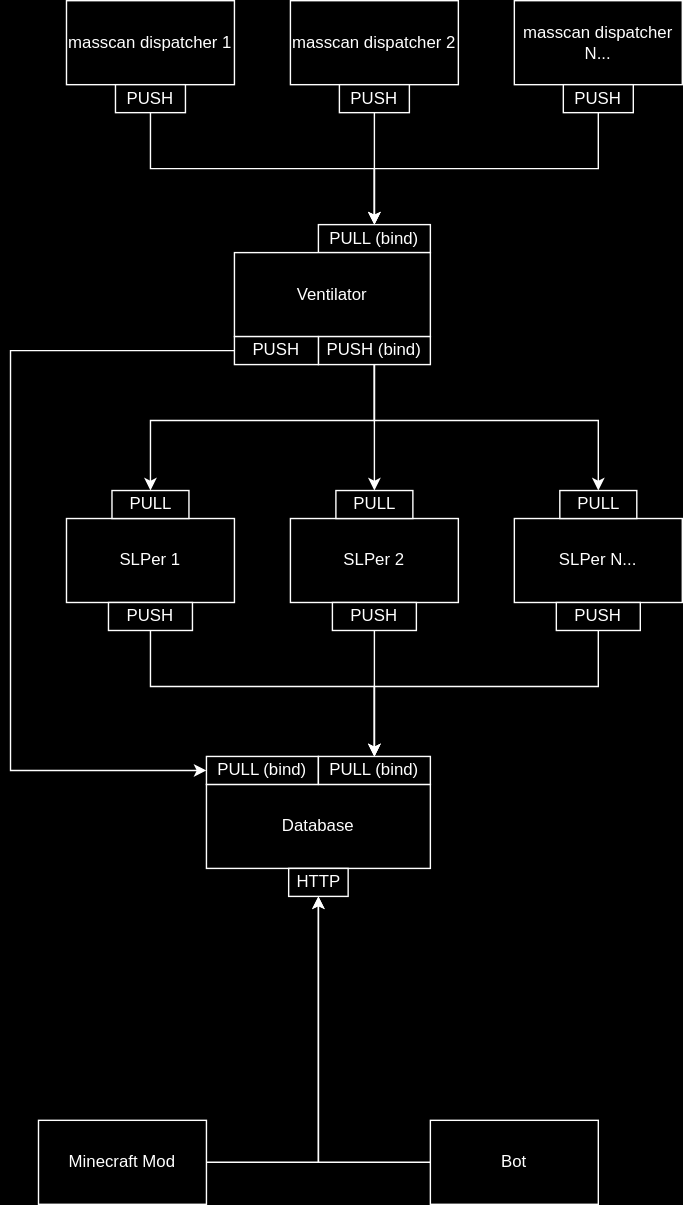
Before: arch.svg, a diagram exported from draw.io (Meesterbouwer123/OpenSeeker). Source tidied: cells renumbered, new cells last; positions are measured from the earlier drawing's top-left corner, leaving out a move shared by most shapes.
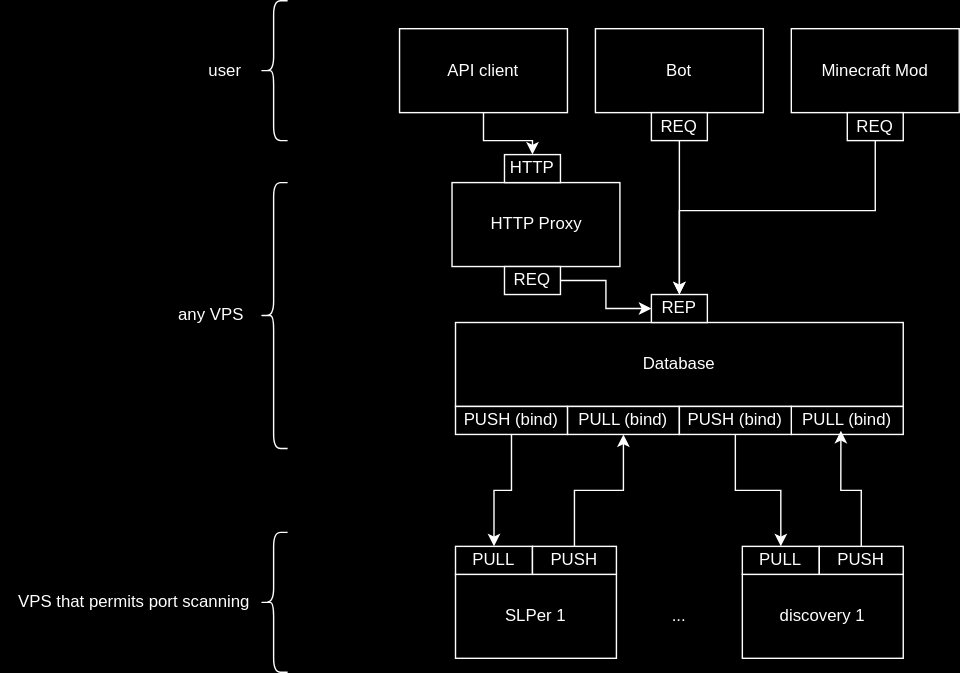
The same diagram one commit later.

Commit message:
finalized arch

What changed in the source:
```diff
@@ -2,151 +2,115 @@
   <root>
     <mxCell id="0" />
     <mxCell id="1" parent="0" />
-    <mxCell id="2" value="&lt;div&gt;masscan dispatcher 1&lt;/div&gt;" style="rounded=0;whiteSpace=wrap;html=1;" parent="1" vertex="1">
-      <mxGeometry x="40" width="120" height="60" as="geometry" />
-    </mxCell>
-    <mxCell id="3" value="&lt;div&gt;masscan dispatcher 2&lt;/div&gt;" style="rounded=0;whiteSpace=wrap;html=1;" parent="1" vertex="1">
-      <mxGeometry x="200" width="120" height="60" as="geometry" />
-    </mxCell>
-    <mxCell id="4" value="&lt;div&gt;masscan dispatcher N...&lt;/div&gt;" style="rounded=0;whiteSpace=wrap;html=1;" parent="1" vertex="1">
-      <mxGeometry x="360" width="120" height="60" as="geometry" />
-    </mxCell>
-    <mxCell id="5" value="PULL (bind)" style="rounded=0;whiteSpace=wrap;html=1;" parent="1" vertex="1">
-      <mxGeometry x="220" y="160" width="80" height="20" as="geometry" />
-    </mxCell>
-    <mxCell id="6" style="edgeStyle=orthogonalEdgeStyle;rounded=0;jettySize=auto;html=1;entryX=0.5;entryY=0;entryDx=0;entryDy=0;" parent="1" edge="1" source="7" target="5">
-      <mxGeometry relative="1" as="geometry">
-        <Array as="points">
-          <mxPoint x="100" y="120" />
-          <mxPoint x="260" y="120" />
-        </Array>
-      </mxGeometry>
-    </mxCell>
-    <mxCell id="7" value="&lt;div&gt;PUSH&lt;/div&gt;" style="rounded=0;whiteSpace=wrap;html=1;" parent="1" vertex="1">
-      <mxGeometry x="75" y="60" width="50" height="20" as="geometry" />
-    </mxCell>
-    <mxCell id="8" style="edgeStyle=orthogonalEdgeStyle;rounded=0;jettySize=auto;html=1;" parent="1" edge="1" source="9" target="5">
-      <mxGeometry relative="1" as="geometry" />
-    </mxCell>
-    <mxCell id="9" value="&lt;div&gt;PUSH&lt;/div&gt;" style="rounded=0;whiteSpace=wrap;html=1;" parent="1" vertex="1">
-      <mxGeometry x="235" y="60" width="50" height="20" as="geometry" />
-    </mxCell>
-    <mxCell id="10" style="edgeStyle=orthogonalEdgeStyle;rounded=0;jettySize=auto;html=1;entryX=0.5;entryY=0;entryDx=0;entryDy=0;" parent="1" edge="1" source="11" target="5">
-      <mxGeometry relative="1" as="geometry">
-        <Array as="points">
-          <mxPoint x="420" y="120" />
-          <mxPoint x="260" y="120" />
-        </Array>
-      </mxGeometry>
-    </mxCell>
-    <mxCell id="11" value="&lt;div&gt;PUSH&lt;/div&gt;" style="rounded=0;whiteSpace=wrap;html=1;" parent="1" vertex="1">
-      <mxGeometry x="395" y="60" width="50" height="20" as="geometry" />
-    </mxCell>
-    <mxCell id="12" value="&lt;div&gt;Ventilator&lt;/div&gt;" style="rounded=0;whiteSpace=wrap;html=1;" parent="1" vertex="1">
-      <mxGeometry x="160" y="180" width="140" height="60" as="geometry" />
-    </mxCell>
-    <mxCell id="13" style="edgeStyle=orthogonalEdgeStyle;rounded=0;jettySize=auto;html=1;" parent="1" edge="1" source="16" target="21">
-      <mxGeometry relative="1" as="geometry" />
-    </mxCell>
-    <mxCell id="14" style="edgeStyle=orthogonalEdgeStyle;rounded=0;jettySize=auto;html=1;" parent="1" edge="1" source="16" target="20">
-      <mxGeometry relative="1" as="geometry">
-        <Array as="points">
-          <mxPoint x="260" y="300" />
-          <mxPoint x="100" y="300" />
-        </Array>
-      </mxGeometry>
-    </mxCell>
-    <mxCell id="15" style="edgeStyle=orthogonalEdgeStyle;rounded=0;jettySize=auto;html=1;entryX=0.5;entryY=0;entryDx=0;entryDy=0;" parent="1" edge="1" source="16" target="22">
-      <mxGeometry relative="1" as="geometry">
-        <Array as="points">
-          <mxPoint x="260" y="300" />
-          <mxPoint x="420" y="300" />
-        </Array>
-      </mxGeometry>
-    </mxCell>
-    <mxCell id="16" value="&lt;div&gt;PUSH (bind)&lt;/div&gt;" style="rounded=0;whiteSpace=wrap;html=1;" parent="1" vertex="1">
-      <mxGeometry x="220" y="240" width="80" height="20" as="geometry" />
-    </mxCell>
     <mxCell id="17" value="&lt;div&gt;SLPer 1&lt;/div&gt;" style="rounded=0;whiteSpace=wrap;html=1;" parent="1" vertex="1">
-      <mxGeometry x="40" y="370" width="120" height="60" as="geometry" />
+      <mxGeometry x="180" y="370" width="115" height="60" as="geometry" />
     </mxCell>
-    <mxCell id="18" value="&lt;div&gt;SLPer 2&lt;/div&gt;" style="rounded=0;whiteSpace=wrap;html=1;" parent="1" vertex="1">
-      <mxGeometry x="200" y="370" width="120" height="60" as="geometry" />
-    </mxCell>
-    <mxCell id="19" value="&lt;div&gt;SLPer N...&lt;br&gt;&lt;/div&gt;" style="rounded=0;whiteSpace=wrap;html=1;" parent="1" vertex="1">
-      <mxGeometry x="360" y="370" width="120" height="60" as="geometry" />
-    </mxCell>
     <mxCell id="20" value="&lt;div&gt;PULL&lt;/div&gt;" style="rounded=0;whiteSpace=wrap;html=1;" parent="1" vertex="1">
-      <mxGeometry x="72.5" y="350" width="55" height="20" as="geometry" />
+      <mxGeometry x="180" y="350" width="55" height="20" as="geometry" />
     </mxCell>
-    <mxCell id="21" value="&lt;div&gt;PULL&lt;/div&gt;" style="rounded=0;whiteSpace=wrap;html=1;" parent="1" vertex="1">
-      <mxGeometry x="232.5" y="350" width="55" height="20" as="geometry" />
-    </mxCell>
-    <mxCell id="22" value="&lt;div&gt;PULL&lt;/div&gt;" style="rounded=0;whiteSpace=wrap;html=1;" parent="1" vertex="1">
-      <mxGeometry x="392.5" y="350" width="55" height="20" as="geometry" />
-    </mxCell>
     <mxCell id="23" value="&lt;div&gt;Database&lt;/div&gt;" style="rounded=0;whiteSpace=wrap;html=1;" parent="1" vertex="1">
-      <mxGeometry x="140" y="560" width="160" height="60" as="geometry" />
+      <mxGeometry x="180" y="190" width="320" height="60" as="geometry" />
     </mxCell>
-    <mxCell id="24" value="PULL (bind)" style="rounded=0;whiteSpace=wrap;html=1;" parent="1" vertex="1">
-      <mxGeometry x="140" y="540" width="80" height="20" as="geometry" />
-    </mxCell>
     <mxCell id="25" value="PULL (bind)" style="rounded=0;whiteSpace=wrap;html=1;" parent="1" vertex="1">
-      <mxGeometry x="220" y="540" width="80" height="20" as="geometry" />
+      <mxGeometry x="260" y="250" width="80" height="20" as="geometry" />
     </mxCell>
-    <mxCell id="26" style="edgeStyle=orthogonalEdgeStyle;rounded=0;jettySize=auto;html=1;entryX=0;entryY=0.5;entryDx=0;entryDy=0;" parent="1" edge="1" source="27" target="24">
-      <mxGeometry relative="1" as="geometry">
-        <Array as="points">
-          <mxPoint y="250" />
-          <mxPoint y="550" />
-        </Array>
-      </mxGeometry>
-    </mxCell>
-    <mxCell id="27" value="PUSH" style="rounded=0;whiteSpace=wrap;html=1;" parent="1" vertex="1">
-      <mxGeometry x="160" y="240" width="60" height="20" as="geometry" />
-    </mxCell>
-    <mxCell id="28" style="edgeStyle=orthogonalEdgeStyle;rounded=0;jettySize=auto;html=1;entryX=0.5;entryY=0;entryDx=0;entryDy=0;" parent="1" edge="1" source="29" target="25">
-      <mxGeometry relative="1" as="geometry">
-        <Array as="points">
-          <mxPoint x="100" y="490" />
-          <mxPoint x="260" y="490" />
-        </Array>
-      </mxGeometry>
+    <mxCell id="28" style="edgeStyle=orthogonalEdgeStyle;rounded=0;jettySize=auto;html=1;entryX=0.5;entryY=1;entryDx=0;entryDy=0;" parent="1" edge="1" source="29" target="25">
+      <mxGeometry relative="1" as="geometry" />
     </mxCell>
     <mxCell id="29" value="PUSH" style="rounded=0;whiteSpace=wrap;html=1;" parent="1" vertex="1">
-      <mxGeometry x="70" y="430" width="60" height="20" as="geometry" />
+      <mxGeometry x="235" y="350" width="60" height="20" as="geometry" />
     </mxCell>
-    <mxCell id="30" style="edgeStyle=orthogonalEdgeStyle;rounded=0;jettySize=auto;html=1;" parent="1" edge="1" source="31" target="25">
-      <mxGeometry relative="1" as="geometry" />
-    </mxCell>
-    <mxCell id="31" value="PUSH" style="rounded=0;whiteSpace=wrap;html=1;" parent="1" vertex="1">
-      <mxGeometry x="230" y="430" width="60" height="20" as="geometry" />
-    </mxCell>
-    <mxCell id="32" style="edgeStyle=orthogonalEdgeStyle;rounded=0;jettySize=auto;html=1;entryX=0.5;entryY=0;entryDx=0;entryDy=0;" parent="1" edge="1" source="33" target="25">
-      <mxGeometry relative="1" as="geometry">
-        <Array as="points">
-          <mxPoint x="420" y="490" />
-          <mxPoint x="260" y="490" />
-        </Array>
-      </mxGeometry>
-    </mxCell>
-    <mxCell id="33" value="PUSH" style="rounded=0;whiteSpace=wrap;html=1;" parent="1" vertex="1">
-      <mxGeometry x="390" y="430" width="60" height="20" as="geometry" />
-    </mxCell>
-    <mxCell id="34" style="edgeStyle=orthogonalEdgeStyle;rounded=0;jettySize=auto;html=1;entryX=0.5;entryY=1;entryDx=0;entryDy=0;" parent="1" edge="1" source="35" target="36">
-      <mxGeometry relative="1" as="geometry" />
-    </mxCell>
+    <mxCell id="39" style="edgeStyle=orthogonalEdgeStyle;rounded=0;jettySize=auto;html=1;exitX=0.5;exitY=1;exitDx=0;exitDy=0;" parent="1" edge="1" source="40" target="20">
+      <mxGeometry relative="1" as="geometry" />
+    </mxCell>
+    <mxCell id="40" value="&lt;div&gt;PUSH (bind)&lt;/div&gt;" style="rounded=0;whiteSpace=wrap;html=1;" parent="1" vertex="1">
+      <mxGeometry x="180" y="250" width="80" height="20" as="geometry" />
+    </mxCell>
+    <mxCell id="41" value="&lt;div&gt;HTTP Proxy&lt;br&gt;&lt;/div&gt;" style="rounded=0;whiteSpace=wrap;html=1;" parent="1" vertex="1">
+      <mxGeometry x="177.5" y="90" width="120" height="60" as="geometry" />
+    </mxCell>
+    <mxCell id="42" value="PULL (bind)" style="rounded=0;whiteSpace=wrap;html=1;" parent="1" vertex="1">
+      <mxGeometry x="420" y="250" width="80" height="20" as="geometry" />
+    </mxCell>
+    <mxCell id="43" style="edgeStyle=orthogonalEdgeStyle;rounded=0;jettySize=auto;html=1;" parent="1" edge="1" source="44" target="46">
+      <mxGeometry relative="1" as="geometry" />
+    </mxCell>
+    <mxCell id="44" value="&lt;div&gt;PUSH (bind)&lt;/div&gt;" style="rounded=0;whiteSpace=wrap;html=1;" parent="1" vertex="1">
+      <mxGeometry x="340" y="250" width="80" height="20" as="geometry" />
+    </mxCell>
+    <mxCell id="45" value="&lt;div&gt;discovery 1&lt;/div&gt;" style="rounded=0;whiteSpace=wrap;html=1;" parent="1" vertex="1">
+      <mxGeometry x="385" y="370" width="115" height="60" as="geometry" />
+    </mxCell>
+    <mxCell id="46" value="&lt;div&gt;PULL&lt;/div&gt;" style="rounded=0;whiteSpace=wrap;html=1;" parent="1" vertex="1">
+      <mxGeometry x="385" y="350" width="55" height="20" as="geometry" />
+    </mxCell>
+    <mxCell id="47" value="PUSH" style="rounded=0;whiteSpace=wrap;html=1;" parent="1" vertex="1">
+      <mxGeometry x="440" y="350" width="60" height="20" as="geometry" />
+    </mxCell>
+    <mxCell id="48" style="edgeStyle=orthogonalEdgeStyle;rounded=0;jettySize=auto;html=1;entryX=0.443;entryY=0.869;entryDx=0;entryDy=0;entryPerimeter=0;" parent="1" edge="1" source="47" target="42">
+      <mxGeometry relative="1" as="geometry" />
+    </mxCell>
+    <mxCell id="49" value="REP" style="rounded=0;whiteSpace=wrap;html=1;" parent="1" vertex="1">
+      <mxGeometry x="320" y="170" width="40" height="20" as="geometry" />
+    </mxCell>
+    <mxCell id="50" style="shape=curlyBracket;whiteSpace=wrap;html=1;rounded=1;labelPosition=left;verticalLabelPosition=middle;align=right;verticalAlign=middle;size=0.5;" parent="1" vertex="1">
+      <mxGeometry x="40" y="340" width="20" height="100" as="geometry" />
+    </mxCell>
+    <mxCell id="51" value="VPS that permits port scanning" style="text;html=1;align=center;verticalAlign=middle;strokeColor=none;fillColor=none;" parent="1" vertex="1">
+      <mxGeometry x="-145" y="375" width="190" height="30" as="geometry" />
+    </mxCell>
+    <mxCell id="52" style="edgeStyle=orthogonalEdgeStyle;rounded=0;jettySize=auto;html=1;entryX=0;entryY=0.5;entryDx=0;entryDy=0;" parent="1" edge="1" source="53" target="49">
+      <mxGeometry relative="1" as="geometry" />
+    </mxCell>
+    <mxCell id="53" value="REQ" style="rounded=0;whiteSpace=wrap;html=1;" parent="1" vertex="1">
+      <mxGeometry x="215" y="150" width="40" height="20" as="geometry" />
+    </mxCell>
     <mxCell id="35" value="&lt;div&gt;Bot&lt;/div&gt;" style="rounded=0;whiteSpace=wrap;html=1;" parent="1" vertex="1">
-      <mxGeometry x="300" y="800" width="120" height="60" as="geometry" />
+      <mxGeometry x="280" y="-20" width="120" height="60" as="geometry" />
     </mxCell>
+    <mxCell id="54" style="edgeStyle=orthogonalEdgeStyle;rounded=0;jettySize=auto;html=1;entryX=0.5;entryY=0;entryDx=0;entryDy=0;" parent="1" edge="1" source="55" target="49">
+      <mxGeometry relative="1" as="geometry" />
+    </mxCell>
+    <mxCell id="55" value="REQ" style="rounded=0;whiteSpace=wrap;html=1;" parent="1" vertex="1">
+      <mxGeometry x="320" y="40" width="40" height="20" as="geometry" />
+    </mxCell>
+    <mxCell id="56" style="shape=curlyBracket;whiteSpace=wrap;html=1;rounded=1;labelPosition=left;verticalLabelPosition=middle;align=right;verticalAlign=middle;size=0.5;" parent="1" vertex="1">
+      <mxGeometry x="40" y="90" width="20" height="190" as="geometry" />
+    </mxCell>
+    <mxCell id="57" value="any VPS" style="text;html=1;align=center;verticalAlign=middle;strokeColor=none;fillColor=none;" parent="1" vertex="1">
+      <mxGeometry x="-30" y="170" width="70" height="30" as="geometry" />
+    </mxCell>
+    <mxCell id="58" style="shape=curlyBracket;whiteSpace=wrap;html=1;rounded=1;labelPosition=left;verticalLabelPosition=middle;align=right;verticalAlign=middle;size=0.5;" parent="1" vertex="1">
+      <mxGeometry x="40" y="-40" width="20" height="100" as="geometry" />
+    </mxCell>
+    <mxCell id="59" value="&lt;div&gt;user&lt;/div&gt;" style="text;html=1;align=center;verticalAlign=middle;strokeColor=none;fillColor=none;" parent="1" vertex="1">
+      <mxGeometry x="-10" y="-5" width="50" height="30" as="geometry" />
+    </mxCell>
+    <mxCell id="38" value="Minecraft Mod" style="rounded=0;whiteSpace=wrap;html=1;" parent="1" vertex="1">
+      <mxGeometry x="420" y="-20" width="120" height="60" as="geometry" />
+    </mxCell>
+    <mxCell id="60" style="edgeStyle=orthogonalEdgeStyle;rounded=0;jettySize=auto;html=1;entryX=0.5;entryY=0;entryDx=0;entryDy=0;" parent="1" edge="1" source="61" target="49">
+      <mxGeometry relative="1" as="geometry">
+        <Array as="points">
+          <mxPoint x="480" y="110" />
+          <mxPoint x="340" y="110" />
+        </Array>
+      </mxGeometry>
+    </mxCell>
+    <mxCell id="61" value="REQ" style="rounded=0;whiteSpace=wrap;html=1;" parent="1" vertex="1">
+      <mxGeometry x="460" y="40" width="40" height="20" as="geometry" />
+    </mxCell>
+    <mxCell id="62" style="edgeStyle=orthogonalEdgeStyle;rounded=0;jettySize=auto;html=1;entryX=0.5;entryY=0;entryDx=0;entryDy=0;" parent="1" edge="1" source="63" target="36">
+      <mxGeometry relative="1" as="geometry" />
+    </mxCell>
+    <mxCell id="63" value="API client" style="rounded=0;whiteSpace=wrap;html=1;" parent="1" vertex="1">
+      <mxGeometry x="140" y="-20" width="120" height="60" as="geometry" />
+    </mxCell>
-    <mxCell id="36" value="&lt;div&gt;HTTP&lt;/div&gt;" style="rounded=0;whiteSpace=wrap;html=1;" parent="1" vertex="1">
-      <mxGeometry x="198.8" y="620" width="42.5" height="20" as="geometry" />
+    <mxCell id="36" value="HTTP" style="rounded=0;whiteSpace=wrap;html=1;" parent="1" vertex="1">
+      <mxGeometry x="215" y="70" width="40" height="20" as="geometry" />
     </mxCell>
-    <mxCell id="37" style="edgeStyle=orthogonalEdgeStyle;rounded=0;jettySize=auto;html=1;entryX=0.5;entryY=1;entryDx=0;entryDy=0;" parent="1" edge="1" source="38" target="36">
-      <mxGeometry relative="1" as="geometry" />
-    </mxCell>
-    <mxCell id="38" value="Minecraft Mod" style="rounded=0;whiteSpace=wrap;html=1;" parent="1" vertex="1">
-      <mxGeometry x="20" y="800" width="120" height="60" as="geometry" />
-    </mxCell>
+    <mxCell id="64" value="..." style="text;html=1;align=center;verticalAlign=middle;whiteSpace=wrap;rounded=0;" parent="1" vertex="1">
+      <mxGeometry x="310" y="385" width="60" height="30" as="geometry" />
+    </mxCell>
   </root>
 </mxGraphModel>
```
